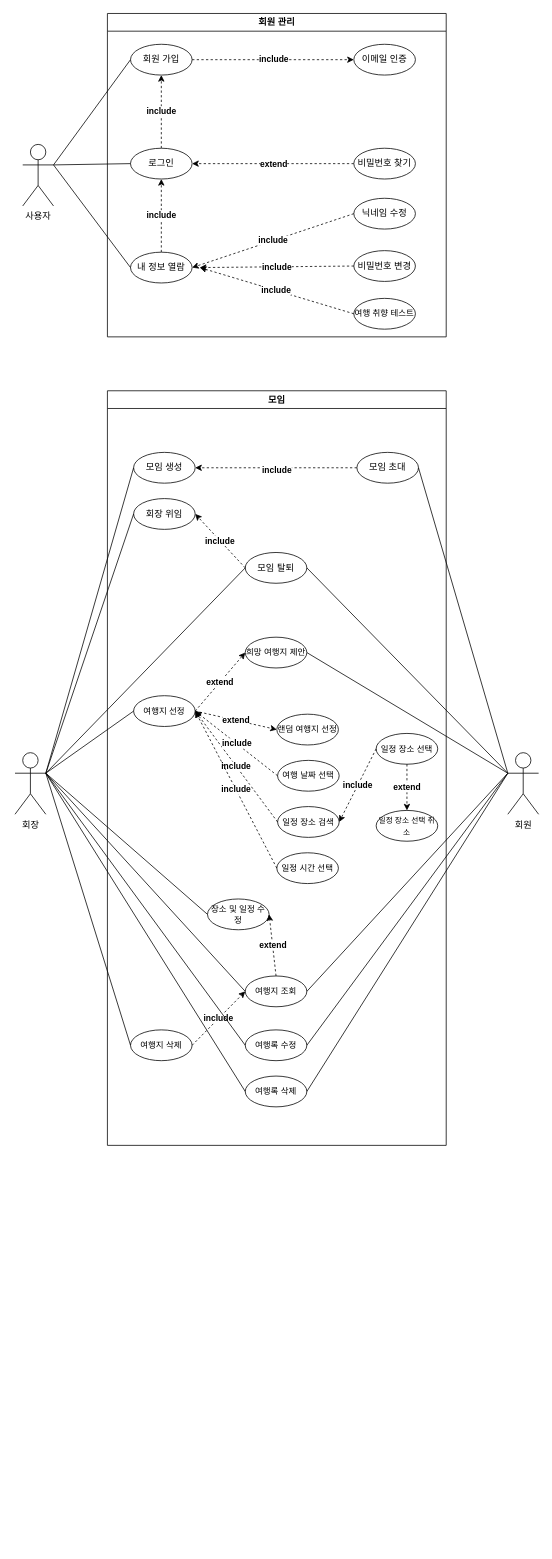
seoseuo/gal-lae-mal-lae-web keeps this draw.io diagram as usecase/use-case.drawio. Above is the earlier version. Source tidied: cells renumbered, new cells numbered last; positions are measured from the earlier drawing's top-left corner, leaving out a move shared by most shapes. Both pictures are drawn from the tidied source at 77%, with x=0, y=0 at pixel (15, 13).
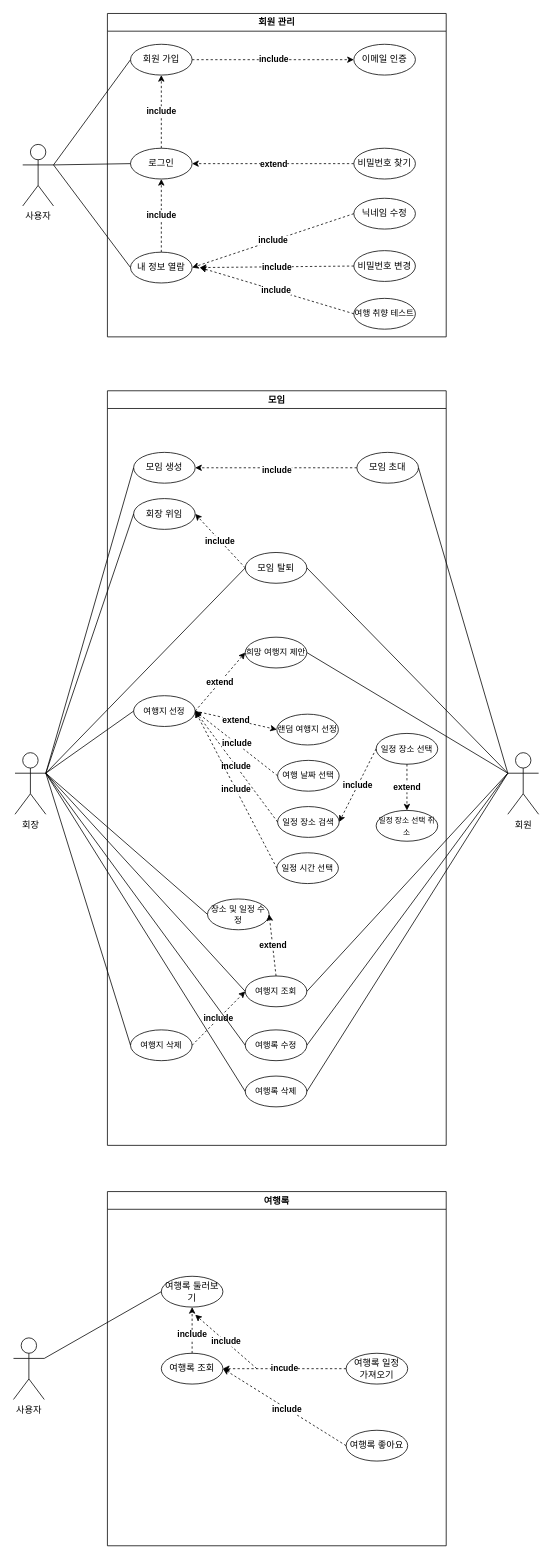
After the change.

Commit message:
docs: 여행록 유스케이스 추가

Change to the diagram source:
```diff
@@
+    <mxCell id="73" value="사용자" style="shape=umlActor;verticalLabelPosition=bottom;verticalAlign=top;html=1;outlineConnect=0;" parent="1" vertex="1">
+      <mxGeometry x="-2" y="1720" width="40" height="80" as="geometry" />
+    </mxCell>
+    <mxCell id="74" value="여행록" style="swimlane;whiteSpace=wrap;html=1;" parent="1" vertex="1">
+      <mxGeometry x="120" y="1530" width="440" height="460" as="geometry" />
+    </mxCell>
+    <mxCell id="75" value="여행록 둘러보기" style="ellipse;whiteSpace=wrap;html=1;" parent="74" vertex="1">
+      <mxGeometry x="70" y="110" width="80" height="40" as="geometry" />
+    </mxCell>
+    <mxCell id="76" value="여행록 조회" style="ellipse;whiteSpace=wrap;html=1;" parent="74" vertex="1">
+      <mxGeometry x="70" y="210" width="80" height="40" as="geometry" />
+    </mxCell>
+    <mxCell id="77" value="&lt;b&gt;include&lt;/b&gt;" style="endArrow=classic;html=1;rounded=0;entryX=1;entryY=0.5;entryDx=0;entryDy=0;exitX=0;exitY=0.5;exitDx=0;exitDy=0;dashed=1;" parent="74" edge="1">
+      <mxGeometry relative="1" as="geometry">
+        <mxPoint x="194" y="230" as="sourcePoint" />
+        <mxPoint x="114" y="160" as="targetPoint" />
+      </mxGeometry>
+    </mxCell>
+    <mxCell id="78" value="여행록 일정&lt;div&gt;가져오기&lt;/div&gt;" style="ellipse;whiteSpace=wrap;html=1;" parent="74" vertex="1">
+      <mxGeometry x="310" y="210" width="80" height="40" as="geometry" />
+    </mxCell>
+    <mxCell id="79" value="여행록 좋아요" style="ellipse;whiteSpace=wrap;html=1;" parent="74" vertex="1">
+      <mxGeometry x="310" y="310" width="80" height="40" as="geometry" />
+    </mxCell>
+    <mxCell id="80" style="endArrow=classic;html=1;rounded=0;exitX=0.5;exitY=0;exitDx=0;exitDy=0;entryX=0.5;entryY=1;entryDx=0;entryDy=0;dashed=1;" parent="74" edge="1" source="76" target="75">
+      <mxGeometry relative="1" as="geometry" />
+    </mxCell>
+    <mxCell id="81" value="&lt;b&gt;include&lt;/b&gt;" style="edgeLabel;html=1;align=center;verticalAlign=middle;" parent="80" vertex="1">
+      <mxGeometry x="-0.16" y="1" relative="1" as="geometry" />
+    </mxCell>
+    <mxCell id="82" value="&lt;b&gt;incude&lt;/b&gt;" style="endArrow=classic;html=1;rounded=0;exitX=0;exitY=0.5;exitDx=0;exitDy=0;entryX=1;entryY=0.5;entryDx=0;entryDy=0;dashed=1;" parent="74" edge="1" source="78" target="76">
+      <mxGeometry relative="1" as="geometry" />
+    </mxCell>
+    <mxCell id="83" style="endArrow=classic;html=1;rounded=0;exitX=0;exitY=0.5;exitDx=0;exitDy=0;entryX=1;entryY=0.5;entryDx=0;entryDy=0;dashed=1;" parent="74" edge="1" source="79" target="76">
+      <mxGeometry relative="1" as="geometry" />
+    </mxCell>
+    <mxCell id="84" value="&lt;b&gt;include&lt;/b&gt;" style="edgeLabel;html=1;align=center;verticalAlign=middle;" parent="83" vertex="1">
+      <mxGeometry x="-0.04" y="1" relative="1" as="geometry" />
+    </mxCell>
+    <mxCell id="85" style="endArrow=none;html=1;rounded=0;exitX=1;exitY=0.3333333333333333;exitDx=0;exitDy=0;exitPerimeter=0;entryX=0;entryY=0.5;entryDx=0;entryDy=0;" parent="1" edge="1" source="73" target="75">
+      <mxGeometry relative="1" as="geometry" />
+    </mxCell>
```
